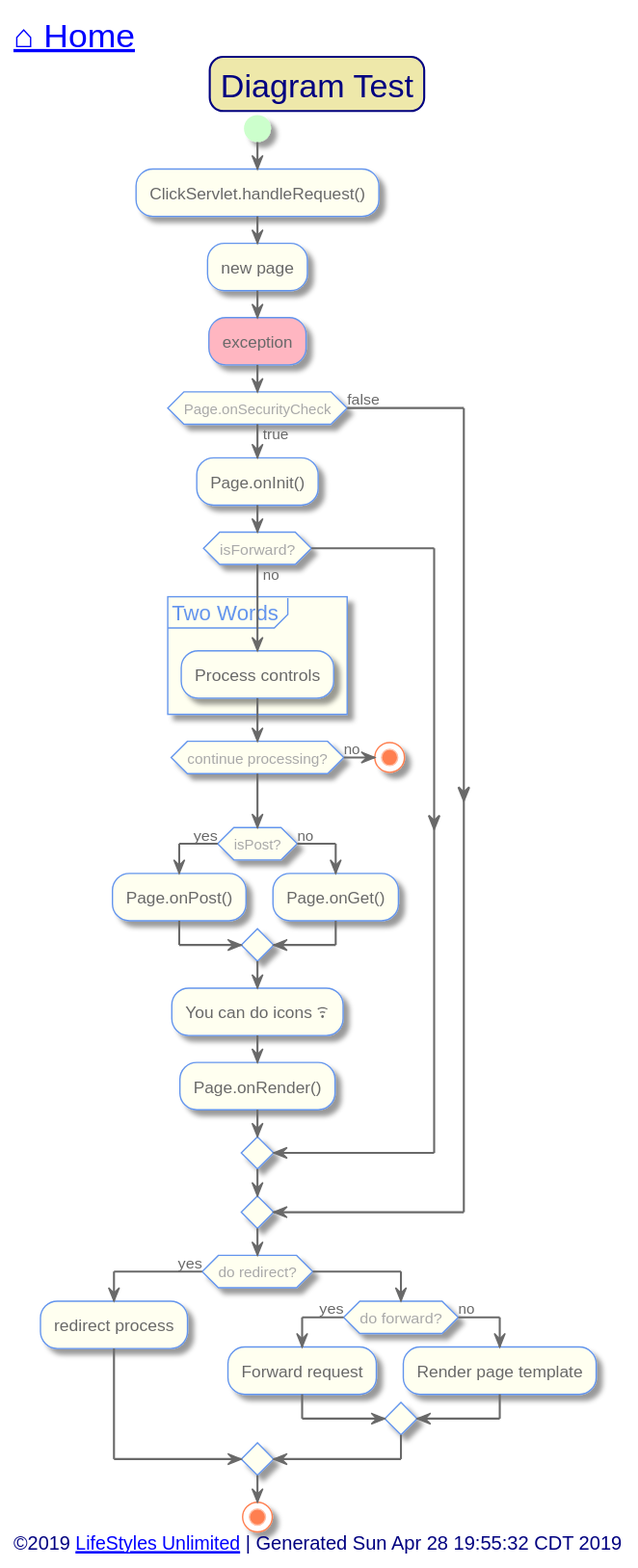
Earlier version of the PlantUML export out/src/test/diagram-test.svg (toddmo/lifestylesunlimited).
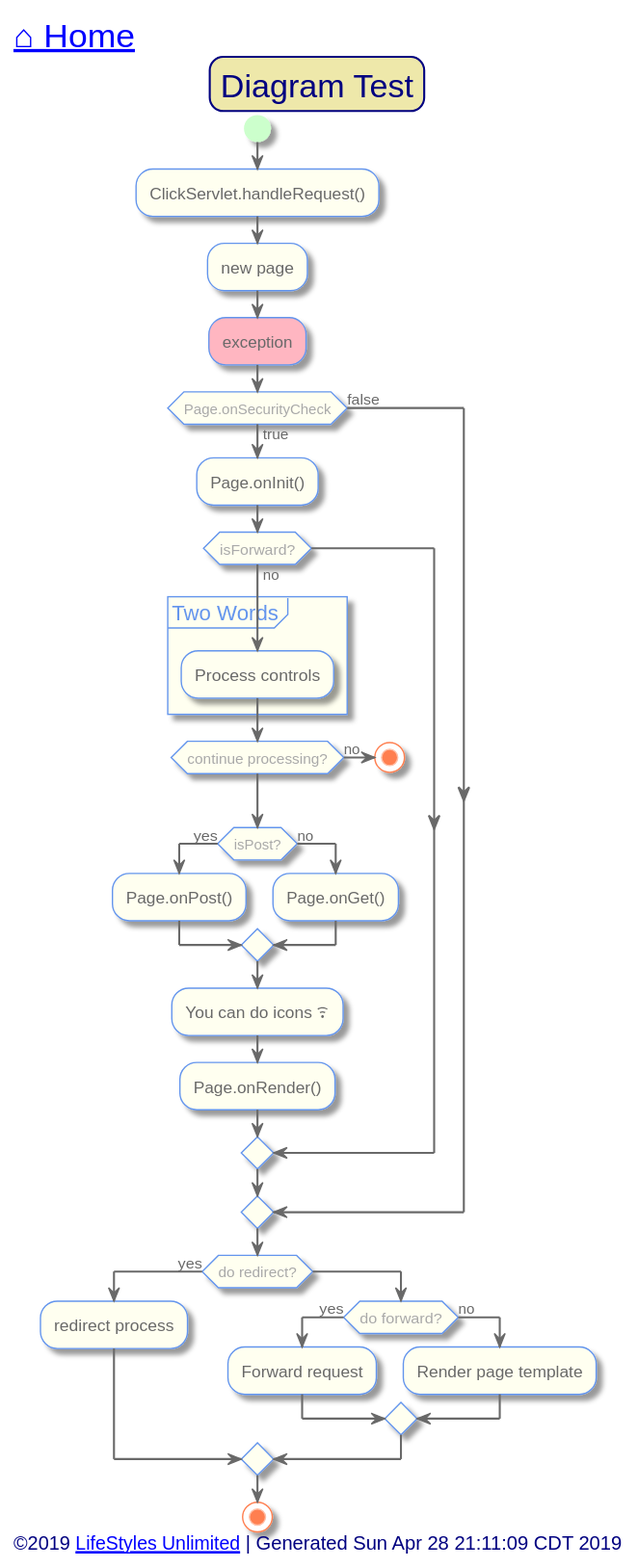
Above is the later version.

What changed in the source:
```diff
@@ -75,7 +75,7 @@
 
 
 left header
-	<font color=Navy size=24>[[../index.svg ⌂ Home]]</font>
+	<font color=Navy size=24>[[../index.svg?sanitize=true ⌂ Home]]</font>
 endheader
 
 
@@ -125,7 +125,7 @@
 
 
 left footer
-	<font size=14>©2019 [[http://www.lifestylesunlimited.com LifeStyles Unlimited]] | Generated Sun Apr 28 19:55:32 CDT 2019</font>
+	<font size=14>©2019 [[http://www.lifestylesunlimited.com LifeStyles Unlimited]] | Generated Sun Apr 28 21:11:09 CDT 2019</font>
 endfooter
 
 
```
